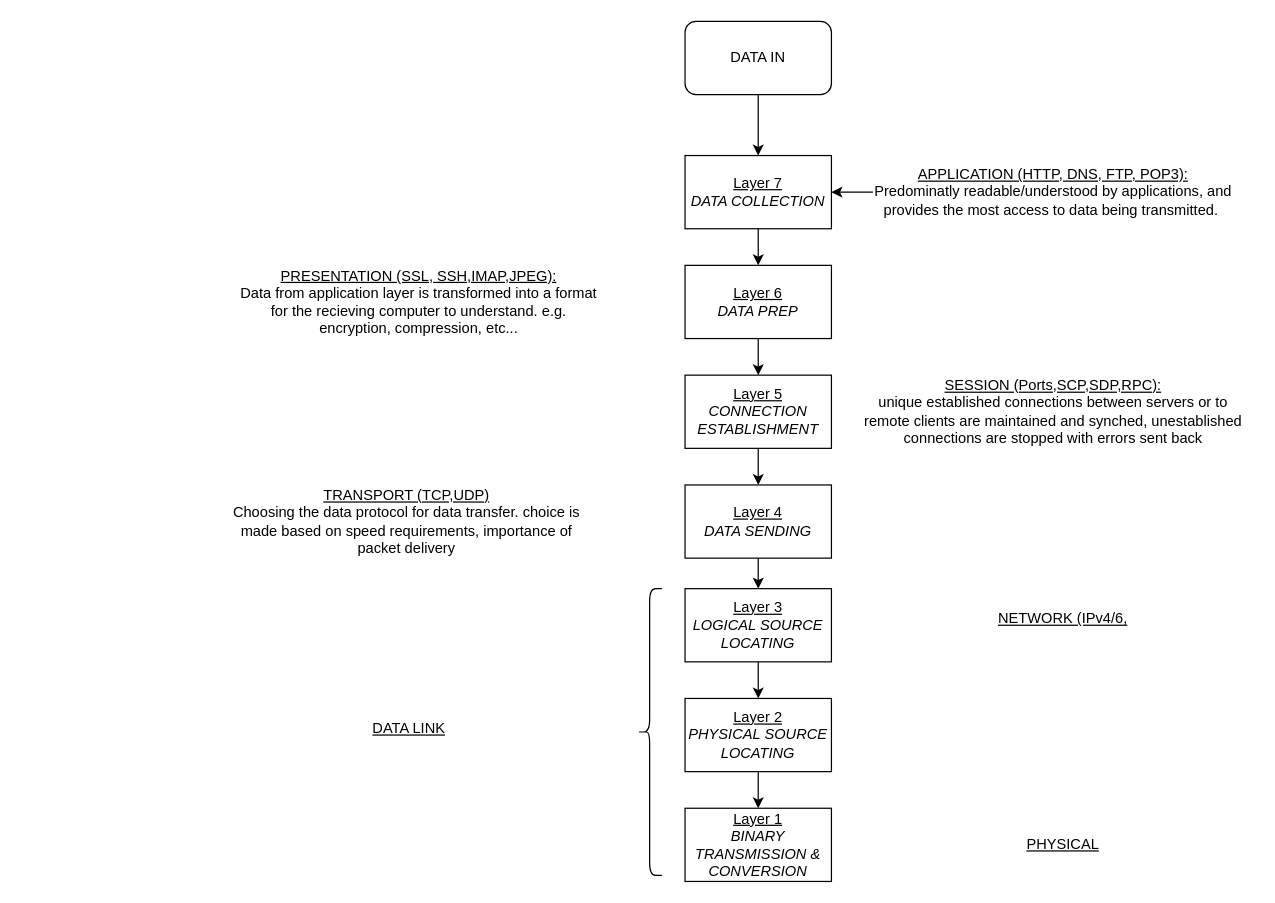
Cams-Plan/architectural-plans-and-algorithms keeps this draw.io diagram as OSI Model Explained.drawio. Above is the earlier version. Source tidied: cells renumbered, new cells numbered last; positions are measured from the earlier drawing's top-left corner, leaving out a move shared by most shapes. Both pictures are drawn from the tidied source at 122%, with x=0, y=0 at pixel (216, 21).
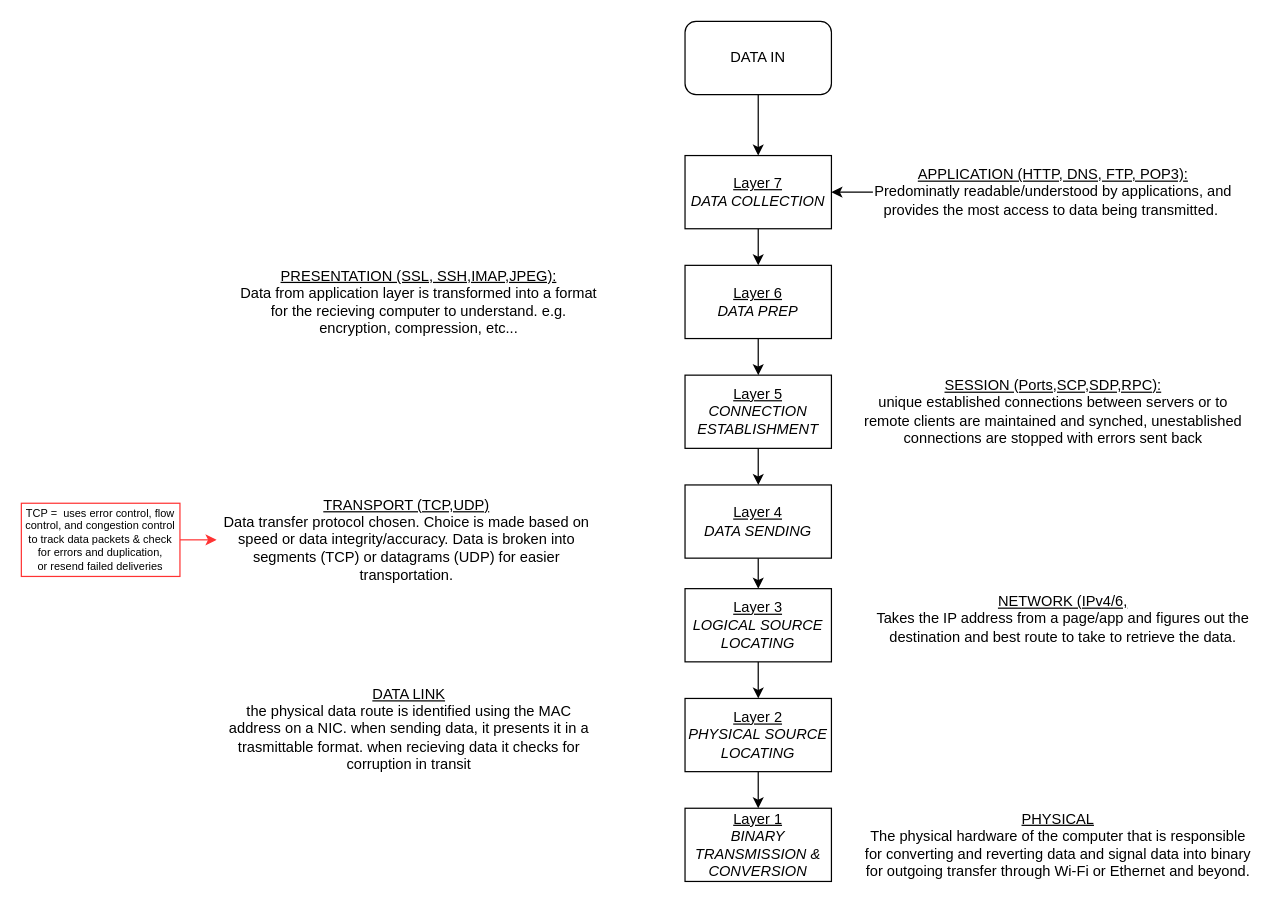
The same page after the edit.

Diff of the diagram source:
```diff
@@
-    <mxCell id="21" style="shape=curlyBracket;whiteSpace=wrap;html=1;rounded=1;" parent="1" vertex="1">
-      <mxGeometry x="345" y="465" width="20" height="235" as="geometry" />
-    </mxCell>
-    <mxCell id="22" value="&lt;u&gt;TRANSPORT (TCP,UDP)&lt;br&gt;&lt;/u&gt;Choosing the data protocol for data transfer. choice is made based on speed requirements, importance of packet delivery" style="text;html=1;strokeColor=none;fillColor=none;align=center;verticalAlign=middle;whiteSpace=wrap;rounded=0;" parent="1" vertex="1">
-      <mxGeometry y="380" width="312" height="60" as="geometry" />
+    <mxCell id="22" value="&lt;u&gt;TRANSPORT (TCP,UDP)&lt;br&gt;&lt;/u&gt;Data transfer protocol chosen. Choice is made based on speed or data integrity/accuracy. Data is broken into segments (TCP) or datagrams (UDP) for easier transportation." style="text;html=1;strokeColor=none;fillColor=none;align=center;verticalAlign=middle;whiteSpace=wrap;rounded=0;" parent="1" vertex="1">
+      <mxGeometry y="380" width="312" height="90" as="geometry" />
     </mxCell>
-    <mxCell id="23" value="&lt;u&gt;NETWORK (IPv4/6,&lt;br&gt;&lt;/u&gt;" style="text;html=1;strokeColor=none;fillColor=none;align=center;verticalAlign=middle;whiteSpace=wrap;rounded=0;" parent="1" vertex="1">
+    <mxCell id="23" value="&lt;u&gt;NETWORK (IPv4/6,&lt;/u&gt;&lt;br&gt;Takes the IP address from a page/app and figures out the destination and best route to take to retrieve the data." style="text;html=1;strokeColor=none;fillColor=none;align=center;verticalAlign=middle;whiteSpace=wrap;rounded=0;" parent="1" vertex="1">
       <mxGeometry x="538" y="460" width="312" height="60" as="geometry" />
     </mxCell>
-    <mxCell id="24" value="&lt;u&gt;DATA LINK&lt;br&gt;&lt;/u&gt;" style="text;html=1;strokeColor=none;fillColor=none;align=center;verticalAlign=middle;whiteSpace=wrap;rounded=0;" parent="1" vertex="1">
+    <mxCell id="24" value="&lt;u&gt;DATA LINK&lt;/u&gt;&lt;br&gt;the physical data route is identified using the MAC address on a NIC. when sending data, it presents it in a trasmittable format. when recieving data it checks for corruption in transit" style="text;html=1;strokeColor=none;fillColor=none;align=center;verticalAlign=middle;whiteSpace=wrap;rounded=0;" parent="1" vertex="1">
       <mxGeometry x="2" y="550" width="312" height="60" as="geometry" />
     </mxCell>
-    <mxCell id="25" value="&lt;u&gt;PHYSICAL&lt;br&gt;&lt;/u&gt;" style="text;html=1;strokeColor=none;fillColor=none;align=center;verticalAlign=middle;whiteSpace=wrap;rounded=0;" parent="1" vertex="1">
-      <mxGeometry x="538" y="645" width="312" height="60" as="geometry" />
+    <mxCell id="25" value="&lt;u&gt;PHYSICAL&lt;/u&gt;&lt;br&gt;The physical hardware of the computer that is responsible for converting and reverting data and signal data into binary for outgoing transfer through Wi-Fi or Ethernet and beyond." style="text;html=1;strokeColor=none;fillColor=none;align=center;verticalAlign=middle;whiteSpace=wrap;rounded=0;" parent="1" vertex="1">
+      <mxGeometry x="530" y="645" width="320" height="60" as="geometry" />
     </mxCell>
+    <mxCell id="26" style="edgeStyle=orthogonalEdgeStyle;rounded=0;jettySize=auto;html=1;exitX=1;exitY=0.5;exitDx=0;exitDy=0;entryX=0;entryY=0.5;entryDx=0;entryDy=0;fontSize=9;strokeColor=#FF3333;" parent="1" edge="1" source="27" target="22">
+      <mxGeometry relative="1" as="geometry" />
+    </mxCell>
+    <mxCell id="27" value="TCP =&amp;nbsp; uses error control, flow control, and congestion&amp;nbsp;control to track data packets &amp;amp;&amp;nbsp;check for errors and duplication, or&amp;nbsp;resend failed deliveries" style="rounded=0;whiteSpace=wrap;html=1;fontSize=9;strokeColor=#FF3333;" parent="1" vertex="1">
+      <mxGeometry x="-160" y="395" width="130" height="60" as="geometry" />
+    </mxCell>
```
